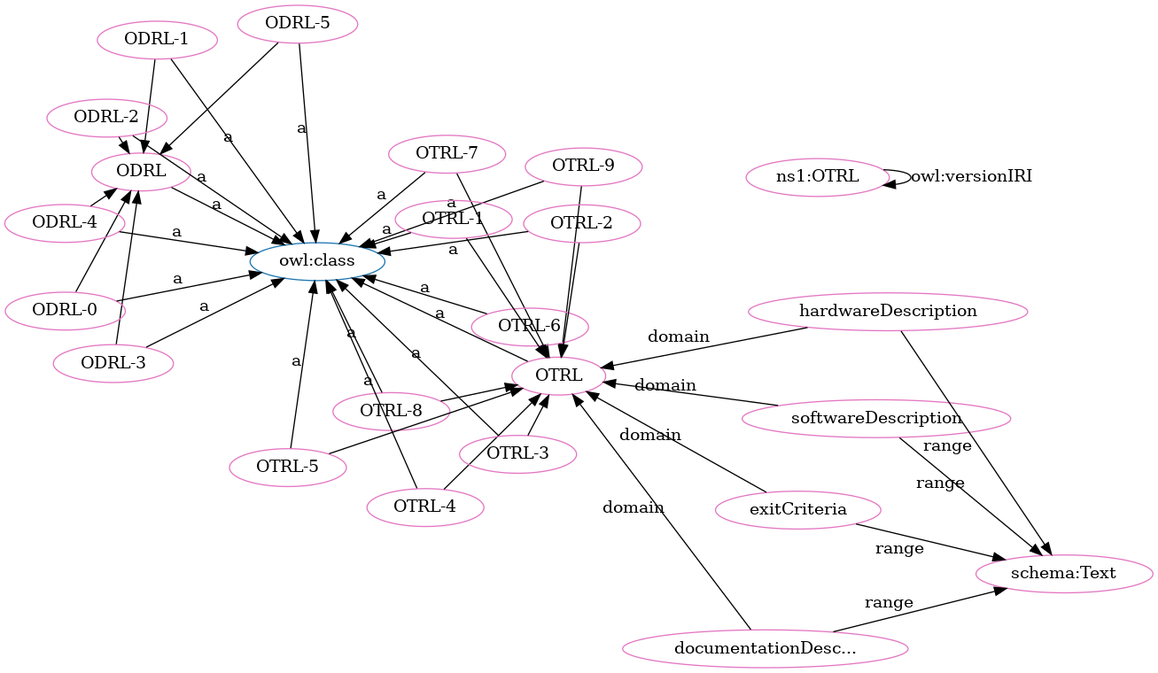
Earlier version of the Graphviz export OTRL-clean.png (OPEN-NEXT/OKH-LOSH). Its source is kept beside it as OTRL-clean.dot.
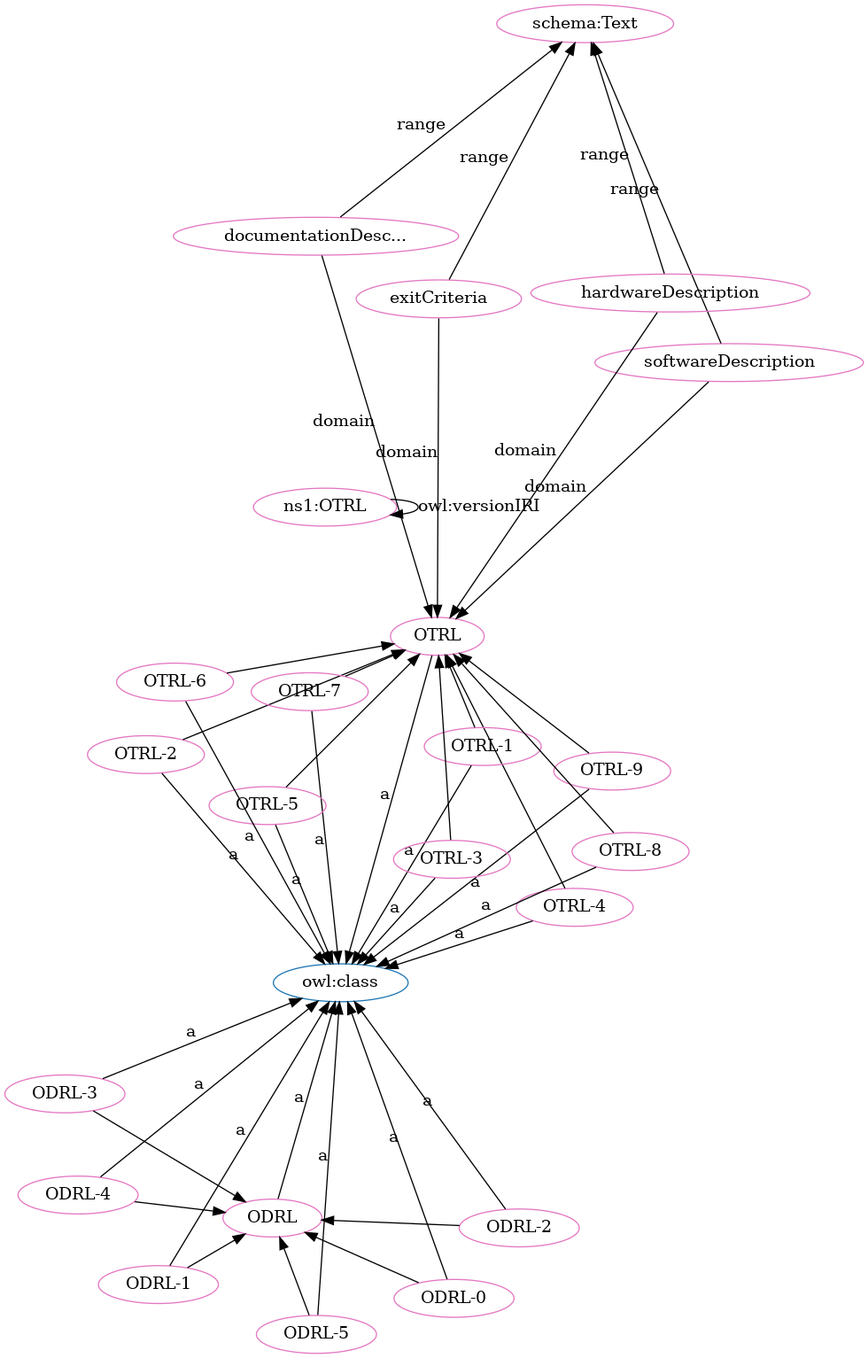
Above is the later version.

Diff of the diagram source:
```diff
@@ -1,71 +1,71 @@
 digraph G {
   rankdir=BT
   node[height=.3]
+"http://www.w3.org/2002/07/owl#class" [fillcolor="#1f77b4" color="#1f77b4" label="owl:class"]
+"http://purl.org/oseg/ontologies/OTRL#OTRL" [fillcolor="#1f77b4" color="#1f77b4" label="OTRL"]
 "http://purl.org/oseg/ontologies/OTRL#ODRL" [fillcolor="#1f77b4" color="#1f77b4" label="ODRL"]
-"http://purl.org/oseg/ontologies/OTRL#OTRL" [fillcolor="#1f77b4" color="#1f77b4" label="OTRL"]
-"http://www.w3.org/2002/07/owl#class" [fillcolor="#1f77b4" color="#1f77b4" label="owl:class"]
+"http://schema.org/Text" [fillcolor="#e377c2" color="#e377c2" label="schema:Text"]
+"http://purl.org/oseg/ontologies/OTRL#OTRL" [fillcolor="#e377c2" color="#e377c2" label="OTRL"]
+"http://purl.org/oseg/ontologies/OTRL#OTRL-4" [fillcolor="#e377c2" color="#e377c2" label="OTRL-4"]
+"http://purl.org/oseg/ontologies/OTRL#OTRL-9" [fillcolor="#e377c2" color="#e377c2" label="OTRL-9"]
+"http://purl.org/oseg/ontologies/OTRL#softwareDescription" [fillcolor="#e377c2" color="#e377c2" label="softwareDescription"]
 "http://purl.org/oseg/ontologies/OTRL#ODRL" [fillcolor="#e377c2" color="#e377c2" label="ODRL"]
-"http://purl.org/oseg/ontologies/OTRL#OTRL" [fillcolor="#e377c2" color="#e377c2" label="OTRL"]
-"http://schema.org/Text" [fillcolor="#e377c2" color="#e377c2" label="schema:Text"]
+"http://purl.org/oseg/ontologies/OTRL" [fillcolor="#e377c2" color="#e377c2" label="ns1:OTRL"]
+"http://purl.org/oseg/ontologies/OTRL#documentationDescription" [fillcolor="#e377c2" color="#e377c2" label="documentationDesc..."]
+"http://purl.org/oseg/ontologies/OTRL#hardwareDescription" [fillcolor="#e377c2" color="#e377c2" label="hardwareDescription"]
+"http://purl.org/oseg/ontologies/OTRL#ODRL-5" [fillcolor="#e377c2" color="#e377c2" label="ODRL-5"]
+"http://purl.org/oseg/ontologies/OTRL#ODRL-2" [fillcolor="#e377c2" color="#e377c2" label="ODRL-2"]
+"http://purl.org/oseg/ontologies/OTRL#OTRL-2" [fillcolor="#e377c2" color="#e377c2" label="OTRL-2"]
 "http://purl.org/oseg/ontologies/OTRL#OTRL-7" [fillcolor="#e377c2" color="#e377c2" label="OTRL-7"]
+"http://purl.org/oseg/ontologies/OTRL#OTRL-1" [fillcolor="#e377c2" color="#e377c2" label="OTRL-1"]
+"http://purl.org/oseg/ontologies/OTRL#OTRL-3" [fillcolor="#e377c2" color="#e377c2" label="OTRL-3"]
+"http://purl.org/oseg/ontologies/OTRL#OTRL-8" [fillcolor="#e377c2" color="#e377c2" label="OTRL-8"]
+"http://purl.org/oseg/ontologies/OTRL#ODRL-0" [fillcolor="#e377c2" color="#e377c2" label="ODRL-0"]
+"http://purl.org/oseg/ontologies/OTRL#exitCriteria" [fillcolor="#e377c2" color="#e377c2" label="exitCriteria"]
 "http://purl.org/oseg/ontologies/OTRL#ODRL-1" [fillcolor="#e377c2" color="#e377c2" label="ODRL-1"]
 "http://purl.org/oseg/ontologies/OTRL#ODRL-3" [fillcolor="#e377c2" color="#e377c2" label="ODRL-3"]
-"http://purl.org/oseg/ontologies/OTRL#documentationDescription" [fillcolor="#e377c2" color="#e377c2" label="documentationDesc..."]
-"http://purl.org/oseg/ontologies/OTRL" [fillcolor="#e377c2" color="#e377c2" label="ns1:OTRL"]
-"http://purl.org/oseg/ontologies/OTRL#exitCriteria" [fillcolor="#e377c2" color="#e377c2" label="exitCriteria"]
-"http://purl.org/oseg/ontologies/OTRL#softwareDescription" [fillcolor="#e377c2" color="#e377c2" label="softwareDescription"]
-"http://purl.org/oseg/ontologies/OTRL#ODRL-0" [fillcolor="#e377c2" color="#e377c2" label="ODRL-0"]
-"http://purl.org/oseg/ontologies/OTRL#OTRL-9" [fillcolor="#e377c2" color="#e377c2" label="OTRL-9"]
-"http://purl.org/oseg/ontologies/OTRL#OTRL-8" [fillcolor="#e377c2" color="#e377c2" label="OTRL-8"]
+"http://purl.org/oseg/ontologies/OTRL#ODRL-4" [fillcolor="#e377c2" color="#e377c2" label="ODRL-4"]
+"http://purl.org/oseg/ontologies/OTRL#OTRL-5" [fillcolor="#e377c2" color="#e377c2" label="OTRL-5"]
 "http://purl.org/oseg/ontologies/OTRL#OTRL-6" [fillcolor="#e377c2" color="#e377c2" label="OTRL-6"]
-"http://purl.org/oseg/ontologies/OTRL#hardwareDescription" [fillcolor="#e377c2" color="#e377c2" label="hardwareDescription"]
-"http://purl.org/oseg/ontologies/OTRL#OTRL-2" [fillcolor="#e377c2" color="#e377c2" label="OTRL-2"]
-"http://purl.org/oseg/ontologies/OTRL#OTRL-5" [fillcolor="#e377c2" color="#e377c2" label="OTRL-5"]
-"http://purl.org/oseg/ontologies/OTRL#ODRL-2" [fillcolor="#e377c2" color="#e377c2" label="ODRL-2"]
-"http://purl.org/oseg/ontologies/OTRL#OTRL-4" [fillcolor="#e377c2" color="#e377c2" label="OTRL-4"]
-"http://purl.org/oseg/ontologies/OTRL#OTRL-1" [fillcolor="#e377c2" color="#e377c2" label="OTRL-1"]
-"http://purl.org/oseg/ontologies/OTRL#OTRL-3" [fillcolor="#e377c2" color="#e377c2" label="OTRL-3"]
-"http://purl.org/oseg/ontologies/OTRL#ODRL-4" [fillcolor="#e377c2" color="#e377c2" label="ODRL-4"]
-"http://purl.org/oseg/ontologies/OTRL#ODRL-5" [fillcolor="#e377c2" color="#e377c2" label="ODRL-5"]
+  "http://purl.org/oseg/ontologies/OTRL#documentationDescription" -> "http://schema.org/Text" [label="range"]
+  "http://purl.org/oseg/ontologies/OTRL#documentationDescription" -> "http://purl.org/oseg/ontologies/OTRL#OTRL" [label="domain"]
+  "http://purl.org/oseg/ontologies/OTRL#OTRL-4" -> "http://www.w3.org/2002/07/owl#class" [label="a"]
+  "http://purl.org/oseg/ontologies/OTRL#OTRL-9" -> "http://www.w3.org/2002/07/owl#class" [label="a"]
+  "http://purl.org/oseg/ontologies/OTRL#OTRL-5" -> "http://purl.org/oseg/ontologies/OTRL#OTRL" [label=""]
+  "http://purl.org/oseg/ontologies/OTRL#ODRL-2" -> "http://purl.org/oseg/ontologies/OTRL#ODRL" [label=""]
+  "http://purl.org/oseg/ontologies/OTRL#OTRL-7" -> "http://purl.org/oseg/ontologies/OTRL#OTRL" [label=""]
   "http://purl.org/oseg/ontologies/OTRL#OTRL-8" -> "http://purl.org/oseg/ontologies/OTRL#OTRL" [label=""]
-  "http://purl.org/oseg/ontologies/OTRL#OTRL-5" -> "http://purl.org/oseg/ontologies/OTRL#OTRL" [label=""]
+  "http://purl.org/oseg/ontologies/OTRL#OTRL-7" -> "http://www.w3.org/2002/07/owl#class" [label="a"]
+  "http://purl.org/oseg/ontologies/OTRL#OTRL-1" -> "http://www.w3.org/2002/07/owl#class" [label="a"]
+  "http://purl.org/oseg/ontologies/OTRL#softwareDescription" -> "http://purl.org/oseg/ontologies/OTRL#OTRL" [label="domain"]
+  "http://purl.org/oseg/ontologies/OTRL#exitCriteria" -> "http://purl.org/oseg/ontologies/OTRL#OTRL" [label="domain"]
+  "http://purl.org/oseg/ontologies/OTRL#ODRL-1" -> "http://purl.org/oseg/ontologies/OTRL#ODRL" [label=""]
+  "http://purl.org/oseg/ontologies/OTRL#OTRL-2" -> "http://purl.org/oseg/ontologies/OTRL#OTRL" [label=""]
+  "http://purl.org/oseg/ontologies/OTRL#ODRL-1" -> "http://www.w3.org/2002/07/owl#class" [label="a"]
+  "http://purl.org/oseg/ontologies/OTRL#ODRL-4" -> "http://www.w3.org/2002/07/owl#class" [label="a"]
+  "http://purl.org/oseg/ontologies/OTRL#OTRL-3" -> "http://purl.org/oseg/ontologies/OTRL#OTRL" [label=""]
+  "http://purl.org/oseg/ontologies/OTRL#OTRL-5" -> "http://www.w3.org/2002/07/owl#class" [label="a"]
+  "http://purl.org/oseg/ontologies/OTRL#OTRL-6" -> "http://www.w3.org/2002/07/owl#class" [label="a"]
   "http://purl.org/oseg/ontologies/OTRL#softwareDescription" -> "http://schema.org/Text" [label="range"]
+  "http://purl.org/oseg/ontologies/OTRL#exitCriteria" -> "http://schema.org/Text" [label="range"]
+  "http://purl.org/oseg/ontologies/OTRL#ODRL" -> "http://www.w3.org/2002/07/owl#class" [label="a"]
+  "http://purl.org/oseg/ontologies/OTRL" -> "http://purl.org/oseg/ontologies/OTRL" [label="owl:versionIRI"]
+  "http://purl.org/oseg/ontologies/OTRL#OTRL-1" -> "http://purl.org/oseg/ontologies/OTRL#OTRL" [label=""]
+  "http://purl.org/oseg/ontologies/OTRL#ODRL-5" -> "http://purl.org/oseg/ontologies/OTRL#ODRL" [label=""]
+  "http://purl.org/oseg/ontologies/OTRL#ODRL-4" -> "http://purl.org/oseg/ontologies/OTRL#ODRL" [label=""]
+  "http://purl.org/oseg/ontologies/OTRL#ODRL-5" -> "http://www.w3.org/2002/07/owl#class" [label="a"]
+  "http://purl.org/oseg/ontologies/OTRL#ODRL-2" -> "http://www.w3.org/2002/07/owl#class" [label="a"]
+  "http://purl.org/oseg/ontologies/OTRL#OTRL-9" -> "http://purl.org/oseg/ontologies/OTRL#OTRL" [label=""]
+  "http://purl.org/oseg/ontologies/OTRL#OTRL-2" -> "http://www.w3.org/2002/07/owl#class" [label="a"]
+  "http://purl.org/oseg/ontologies/OTRL#ODRL-0" -> "http://purl.org/oseg/ontologies/OTRL#ODRL" [label=""]
+  "http://purl.org/oseg/ontologies/OTRL#OTRL-3" -> "http://www.w3.org/2002/07/owl#class" [label="a"]
+  "http://purl.org/oseg/ontologies/OTRL#OTRL-4" -> "http://purl.org/oseg/ontologies/OTRL#OTRL" [label=""]
+  "http://purl.org/oseg/ontologies/OTRL#OTRL-8" -> "http://www.w3.org/2002/07/owl#class" [label="a"]
+  "http://purl.org/oseg/ontologies/OTRL#ODRL-0" -> "http://www.w3.org/2002/07/owl#class" [label="a"]
+  "http://purl.org/oseg/ontologies/OTRL#hardwareDescription" -> "http://schema.org/Text" [label="range"]
+  "http://purl.org/oseg/ontologies/OTRL#ODRL-3" -> "http://purl.org/oseg/ontologies/OTRL#ODRL" [label=""]
+  "http://purl.org/oseg/ontologies/OTRL#hardwareDescription" -> "http://purl.org/oseg/ontologies/OTRL#OTRL" [label="domain"]
+  "http://purl.org/oseg/ontologies/OTRL#OTRL" -> "http://www.w3.org/2002/07/owl#class" [label="a"]
+  "http://purl.org/oseg/ontologies/OTRL#OTRL-6" -> "http://purl.org/oseg/ontologies/OTRL#OTRL" [label=""]
   "http://purl.org/oseg/ontologies/OTRL#ODRL-3" -> "http://www.w3.org/2002/07/owl#class" [label="a"]
-  "http://purl.org/oseg/ontologies/OTRL#ODRL-0" -> "http://www.w3.org/2002/07/owl#class" [label="a"]
-  "http://purl.org/oseg/ontologies/OTRL#ODRL-2" -> "http://purl.org/oseg/ontologies/OTRL#ODRL" [label=""]
-  "http://purl.org/oseg/ontologies/OTRL#OTRL" -> "http://www.w3.org/2002/07/owl#class" [label="a"]
-  "http://purl.org/oseg/ontologies/OTRL#ODRL-3" -> "http://purl.org/oseg/ontologies/OTRL#ODRL" [label=""]
-  "http://purl.org/oseg/ontologies/OTRL#OTRL-2" -> "http://purl.org/oseg/ontologies/OTRL#OTRL" [label=""]
-  "http://purl.org/oseg/ontologies/OTRL#OTRL-8" -> "http://www.w3.org/2002/07/owl#class" [label="a"]
-  "http://purl.org/oseg/ontologies/OTRL#ODRL-0" -> "http://purl.org/oseg/ontologies/OTRL#ODRL" [label=""]
-  "http://purl.org/oseg/ontologies/OTRL#OTRL-5" -> "http://www.w3.org/2002/07/owl#class" [label="a"]
-  "http://purl.org/oseg/ontologies/OTRL#OTRL-4" -> "http://purl.org/oseg/ontologies/OTRL#OTRL" [label=""]
-  "http://purl.org/oseg/ontologies/OTRL#ODRL-5" -> "http://purl.org/oseg/ontologies/OTRL#ODRL" [label=""]
-  "http://purl.org/oseg/ontologies/OTRL#OTRL-1" -> "http://purl.org/oseg/ontologies/OTRL#OTRL" [label=""]
-  "http://purl.org/oseg/ontologies/OTRL#ODRL-2" -> "http://www.w3.org/2002/07/owl#class" [label="a"]
-  "http://purl.org/oseg/ontologies/OTRL#ODRL-4" -> "http://purl.org/oseg/ontologies/OTRL#ODRL" [label=""]
-  "http://purl.org/oseg/ontologies/OTRL#OTRL-3" -> "http://www.w3.org/2002/07/owl#class" [label="a"]
-  "http://purl.org/oseg/ontologies/OTRL" -> "http://purl.org/oseg/ontologies/OTRL" [label="owl:versionIRI"]
-  "http://purl.org/oseg/ontologies/OTRL#ODRL" -> "http://www.w3.org/2002/07/owl#class" [label="a"]
-  "http://purl.org/oseg/ontologies/OTRL#hardwareDescription" -> "http://purl.org/oseg/ontologies/OTRL#OTRL" [label="domain"]
-  "http://purl.org/oseg/ontologies/OTRL#OTRL-9" -> "http://purl.org/oseg/ontologies/OTRL#OTRL" [label=""]
-  "http://purl.org/oseg/ontologies/OTRL#OTRL-6" -> "http://purl.org/oseg/ontologies/OTRL#OTRL" [label=""]
-  "http://purl.org/oseg/ontologies/OTRL#exitCriteria" -> "http://purl.org/oseg/ontologies/OTRL#OTRL" [label="domain"]
-  "http://purl.org/oseg/ontologies/OTRL#OTRL-7" -> "http://www.w3.org/2002/07/owl#class" [label="a"]
-  "http://purl.org/oseg/ontologies/OTRL#ODRL-1" -> "http://www.w3.org/2002/07/owl#class" [label="a"]
-  "http://purl.org/oseg/ontologies/OTRL#hardwareDescription" -> "http://schema.org/Text" [label="range"]
-  "http://purl.org/oseg/ontologies/OTRL#ODRL-1" -> "http://purl.org/oseg/ontologies/OTRL#ODRL" [label=""]
-  "http://purl.org/oseg/ontologies/OTRL#OTRL-9" -> "http://www.w3.org/2002/07/owl#class" [label="a"]
-  "http://purl.org/oseg/ontologies/OTRL#documentationDescription" -> "http://purl.org/oseg/ontologies/OTRL#OTRL" [label="domain"]
-  "http://purl.org/oseg/ontologies/OTRL#documentationDescription" -> "http://schema.org/Text" [label="range"]
-  "http://purl.org/oseg/ontologies/OTRL#OTRL-6" -> "http://www.w3.org/2002/07/owl#class" [label="a"]
-  "http://purl.org/oseg/ontologies/OTRL#OTRL-7" -> "http://purl.org/oseg/ontologies/OTRL#OTRL" [label=""]
-  "http://purl.org/oseg/ontologies/OTRL#exitCriteria" -> "http://schema.org/Text" [label="range"]
-  "http://purl.org/oseg/ontologies/OTRL#OTRL-2" -> "http://www.w3.org/2002/07/owl#class" [label="a"]
-  "http://purl.org/oseg/ontologies/OTRL#OTRL-4" -> "http://www.w3.org/2002/07/owl#class" [label="a"]
-  "http://purl.org/oseg/ontologies/OTRL#OTRL-3" -> "http://purl.org/oseg/ontologies/OTRL#OTRL" [label=""]
-  "http://purl.org/oseg/ontologies/OTRL#softwareDescription" -> "http://purl.org/oseg/ontologies/OTRL#OTRL" [label="domain"]
-  "http://purl.org/oseg/ontologies/OTRL#OTRL-1" -> "http://www.w3.org/2002/07/owl#class" [label="a"]
-  "http://purl.org/oseg/ontologies/OTRL#ODRL-4" -> "http://www.w3.org/2002/07/owl#class" [label="a"]
-  "http://purl.org/oseg/ontologies/OTRL#ODRL-5" -> "http://www.w3.org/2002/07/owl#class" [label="a"]
 }
```
